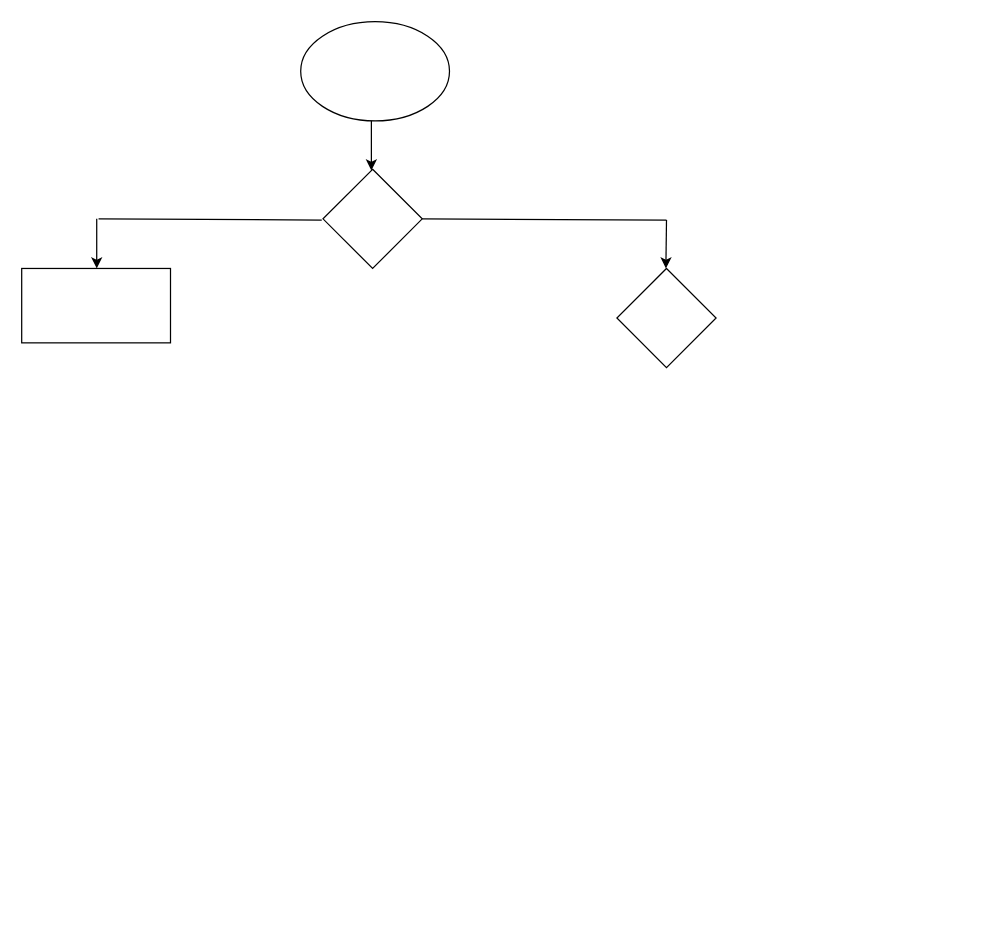
Before: Untitled Diagram.drawio in de-scientist/ABC, a draw.io diagram. Source tidied: cells renumbered, new cells numbered last; positions are measured from the earlier drawing's top-left corner, leaving out a move shared by most shapes. Both pictures are drawn from the tidied source at 124%, with x=0, y=0 at pixel (21, 21).
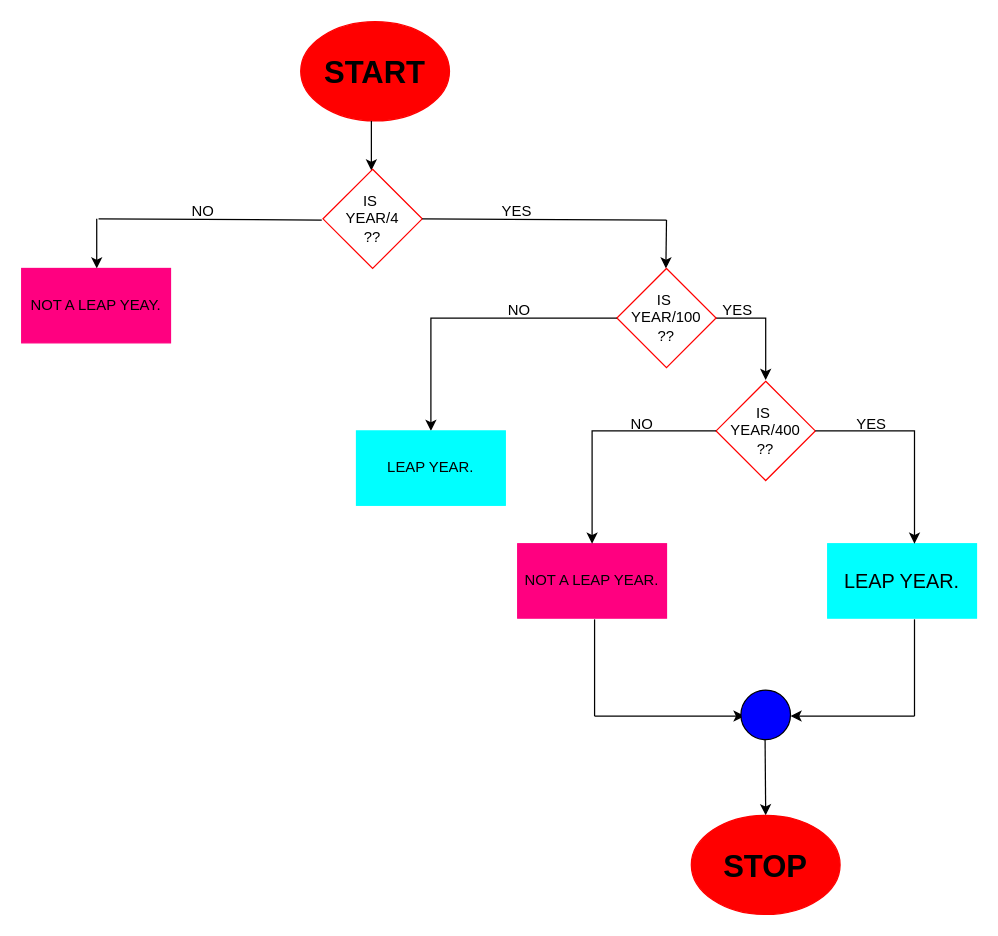
Above is the later version.

What changed in the source:
```diff
@@
-    <mxCell id="2" style="ellipse;whiteSpace=wrap;html=1;" parent="1" vertex="1">
+    <mxCell id="2" value="&lt;b&gt;&lt;font style=&quot;font-size: 25px;&quot;&gt;START&lt;/font&gt;&lt;/b&gt;" style="ellipse;whiteSpace=wrap;html=1;strokeColor=#FF0000;fillColor=#FF0000;" parent="1" vertex="1">
       <mxGeometry x="225" width="120" height="80" as="geometry" />
     </mxCell>
@@
-    <mxCell id="4" style="rhombus;whiteSpace=wrap;html=1;" parent="1" vertex="1">
+    <mxCell id="4" value="IS&amp;nbsp;&lt;div&gt;YEAR/4&lt;/div&gt;&lt;div&gt;??&lt;/div&gt;" style="rhombus;whiteSpace=wrap;html=1;strokeColor=#FF0000;" parent="1" vertex="1">
       <mxGeometry x="243" y="119" width="80" height="80" as="geometry" />
     </mxCell>
@@
+    <mxCell id="11" style="edgeStyle=orthogonalEdgeStyle;rounded=0;orthogonalLoop=1;jettySize=auto;html=1;" parent="1" edge="1">
+      <mxGeometry relative="1" as="geometry">
+        <mxPoint x="559" y="239" as="sourcePoint" />
+        <mxPoint x="600" y="289" as="targetPoint" />
+        <Array as="points">
+          <mxPoint x="600" y="239" />
+        </Array>
+      </mxGeometry>
+    </mxCell>
-    <mxCell id="7" style="rhombus;whiteSpace=wrap;html=1;" parent="1" vertex="1">
+    <mxCell id="7" value="IS&amp;nbsp;&lt;div&gt;YEAR/100&lt;div&gt;??&lt;/div&gt;&lt;/div&gt;" style="rhombus;whiteSpace=wrap;html=1;strokeColor=#FF0000;" parent="1" vertex="1">
       <mxGeometry x="480" y="199" width="80" height="80" as="geometry" />
     </mxCell>
+    <mxCell id="12" style="edgeStyle=orthogonalEdgeStyle;rounded=0;jettySize=auto;html=1;exitX=0;exitY=0.5;exitDx=0;exitDy=0;" parent="1" edge="1" source="7" target="13">
+      <mxGeometry relative="1" as="geometry" />
+    </mxCell>
-    <mxCell id="8" style="rounded=0;whiteSpace=wrap;html=1;" parent="1" vertex="1">
+    <mxCell id="8" value="NOT A LEAP YEAY." style="rounded=0;whiteSpace=wrap;html=1;fillColor=#FF0080;strokeColor=#FF0080;" parent="1" vertex="1">
       <mxGeometry y="199" width="120" height="60" as="geometry" />
     </mxCell>
@@
+    <mxCell id="13" value="LEAP YEAR." style="rounded=0;whiteSpace=wrap;html=1;fillColor=#00FFFF;strokeColor=#00FFFF;" parent="1" vertex="1">
+      <mxGeometry x="270" y="330" width="120" height="60" as="geometry" />
+    </mxCell>
+    <mxCell id="14" value="&lt;div&gt;IS&amp;nbsp;&lt;/div&gt;YEAR/400&lt;div&gt;??&lt;/div&gt;" style="rhombus;whiteSpace=wrap;html=1;strokeColor=#FF0000;" parent="1" vertex="1">
+      <mxGeometry x="560" y="290" width="80" height="80" as="geometry" />
+    </mxCell>
+    <mxCell id="15" value="NOT A LEAP YEAR." style="rounded=0;whiteSpace=wrap;html=1;fillColor=#FF0080;strokeColor=#FF0080;" parent="1" vertex="1">
+      <mxGeometry x="400" y="421" width="120" height="60" as="geometry" />
+    </mxCell>
+    <mxCell id="16" style="edgeStyle=orthogonalEdgeStyle;rounded=0;jettySize=auto;html=1;exitX=0;exitY=0.5;exitDx=0;exitDy=0;" parent="1" edge="1" source="14" target="15">
+      <mxGeometry relative="1" as="geometry">
+        <Array as="points">
+          <mxPoint x="460" y="330" />
+        </Array>
+      </mxGeometry>
+    </mxCell>
+    <mxCell id="17" value="&lt;font style=&quot;font-size: 16px;&quot;&gt;LEAP YEAR.&lt;/font&gt;" style="rounded=0;whiteSpace=wrap;html=1;fillColor=#00FFFF;strokeColor=#00FFFF;" parent="1" vertex="1">
+      <mxGeometry x="650" y="421" width="120" height="60" as="geometry" />
+    </mxCell>
+    <mxCell id="18" style="edgeStyle=orthogonalEdgeStyle;rounded=0;jettySize=auto;html=1;exitX=1;exitY=0.5;exitDx=0;exitDy=0;" parent="1" edge="1" source="14" target="17">
+      <mxGeometry relative="1" as="geometry">
+        <Array as="points">
+          <mxPoint x="720" y="330" />
+        </Array>
+      </mxGeometry>
+    </mxCell>
+    <mxCell id="19" style="endArrow=classic;html=1;rounded=0;" parent="1" edge="1">
+      <mxGeometry relative="1" as="geometry">
+        <mxPoint x="462" y="560" as="sourcePoint" />
+        <mxPoint x="583" y="560" as="targetPoint" />
+      </mxGeometry>
+    </mxCell>
+    <mxCell id="20" style="endArrow=classic;html=1;rounded=0;" parent="1" edge="1">
+      <mxGeometry relative="1" as="geometry">
+        <mxPoint x="720" y="560" as="sourcePoint" />
+        <mxPoint x="620" y="560" as="targetPoint" />
+      </mxGeometry>
+    </mxCell>
+    <mxCell id="21" style="endArrow=none;html=1;rounded=0;" parent="1" edge="1">
+      <mxGeometry relative="1" as="geometry">
+        <mxPoint x="462" y="560" as="sourcePoint" />
+        <mxPoint x="462" y="482" as="targetPoint" />
+      </mxGeometry>
+    </mxCell>
+    <mxCell id="22" style="endArrow=none;html=1;rounded=0;" parent="1" edge="1">
+      <mxGeometry relative="1" as="geometry">
+        <mxPoint x="720" y="560" as="sourcePoint" />
+        <mxPoint x="720" y="482" as="targetPoint" />
+      </mxGeometry>
+    </mxCell>
+    <mxCell id="23" style="ellipse;whiteSpace=wrap;html=1;fillColor=#0000FF;" parent="1" vertex="1">
+      <mxGeometry x="580" y="539" width="40" height="40" as="geometry" />
+    </mxCell>
+    <mxCell id="24" style="endArrow=classic;html=1;rounded=0;" parent="1" edge="1">
+      <mxGeometry relative="1" as="geometry">
+        <mxPoint x="599.5" y="579" as="sourcePoint" />
+        <mxPoint x="600" y="640" as="targetPoint" />
+      </mxGeometry>
+    </mxCell>
+    <mxCell id="25" value="&lt;b&gt;&lt;font style=&quot;font-size: 25px;&quot;&gt;STOP&lt;/font&gt;&lt;/b&gt;" style="ellipse;whiteSpace=wrap;html=1;fillColor=#FF0000;strokeColor=#FF0000;" parent="1" vertex="1">
+      <mxGeometry x="540" y="640" width="120" height="80" as="geometry" />
+    </mxCell>
+    <mxCell id="26" value="YES" style="text;html=1;align=center;verticalAlign=middle;strokeColor=none;fillColor=none;" parent="1" vertex="1">
+      <mxGeometry x="660" y="310" width="50" height="30" as="geometry" />
+    </mxCell>
+    <mxCell id="27" value="NO" style="text;html=1;align=center;verticalAlign=middle;strokeColor=none;fillColor=none;" parent="1" vertex="1">
+      <mxGeometry x="480" y="310" width="40" height="30" as="geometry" />
+    </mxCell>
+    <mxCell id="28" value="YES" style="text;html=1;align=center;verticalAlign=middle;strokeColor=none;fillColor=none;" parent="1" vertex="1">
+      <mxGeometry x="552" y="218" width="50" height="30" as="geometry" />
+    </mxCell>
+    <mxCell id="29" value="NO" style="text;html=1;align=center;verticalAlign=middle;strokeColor=none;fillColor=none;" parent="1" vertex="1">
+      <mxGeometry x="381" y="218" width="40" height="30" as="geometry" />
+    </mxCell>
+    <mxCell id="30" value="YES" style="text;html=1;align=center;verticalAlign=middle;strokeColor=none;fillColor=none;" parent="1" vertex="1">
+      <mxGeometry x="374" y="138" width="50" height="30" as="geometry" />
+    </mxCell>
+    <mxCell id="31" value="NO" style="text;html=1;align=center;verticalAlign=middle;strokeColor=none;fillColor=none;" parent="1" vertex="1">
+      <mxGeometry x="126" y="138" width="40" height="30" as="geometry" />
+    </mxCell>
```
